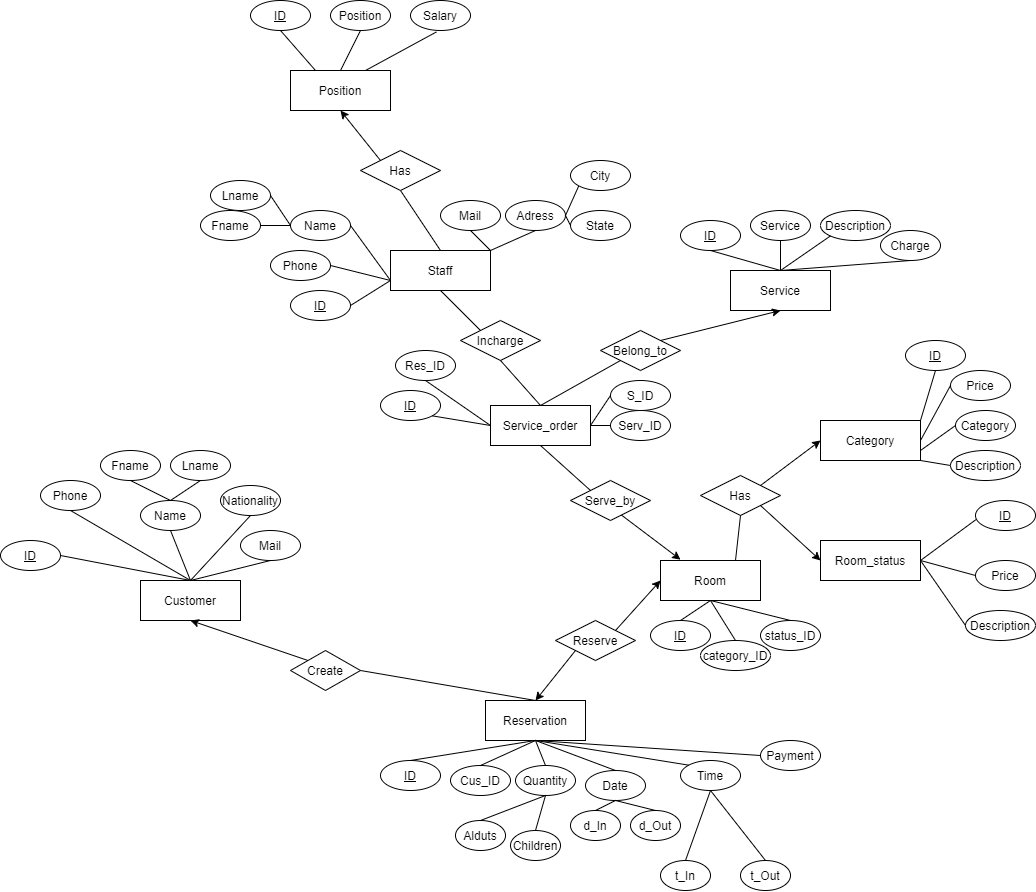
Earlier version of the draw.io export Hotel_management_system_ER_model_png.png (minhhuy11022000/Hotel-Management-System). Source tidied: cells renumbered, new cells last; positions are measured from the earlier drawing's top-left corner, leaving out a move shared by most shapes.
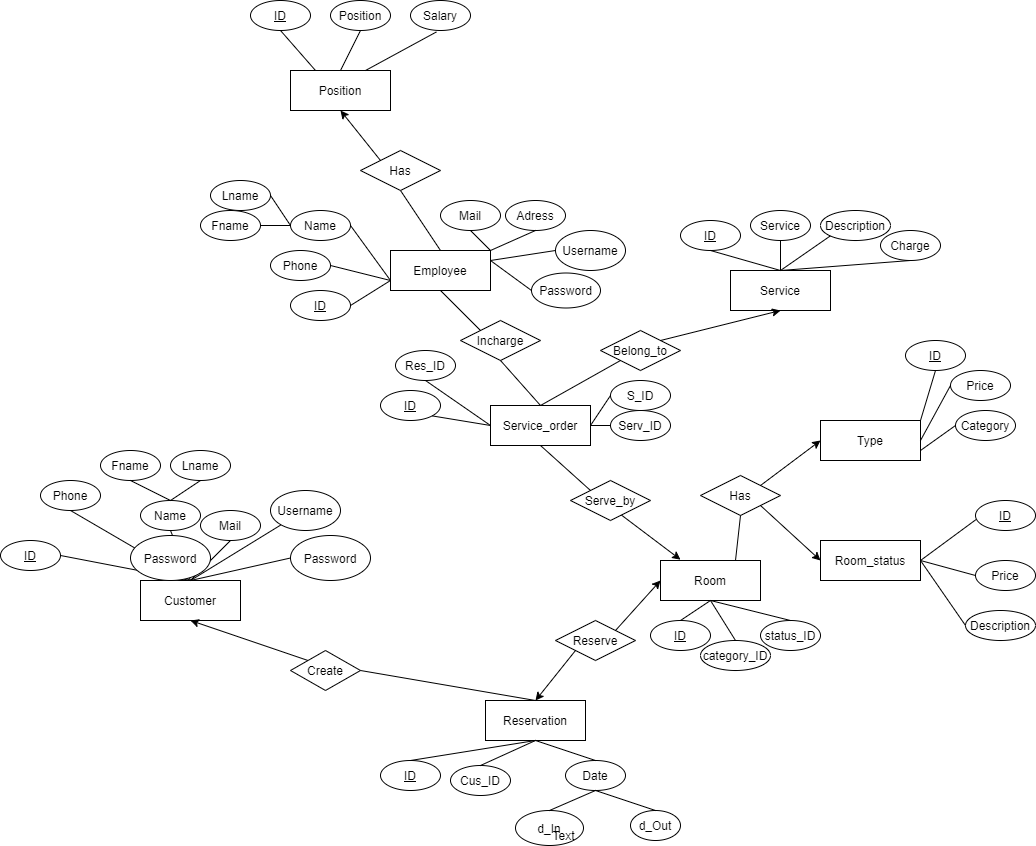
Above is the later version.

Commit message:
edit format and fix erd diagram

Diff of the diagram source:
```diff
@@ -17,33 +17,18 @@
     <mxCell id="6" value="Cus_ID" style="ellipse;whiteSpace=wrap;html=1;" parent="1" vertex="1">
       <mxGeometry x="450" y="765" width="60" height="30" as="geometry" />
     </mxCell>
-    <mxCell id="7" value="Quantity" style="ellipse;whiteSpace=wrap;html=1;" parent="1" vertex="1">
-      <mxGeometry x="515" y="765" width="60" height="30" as="geometry" />
-    </mxCell>
     <mxCell id="8" value="Reservation" style="rounded=0;whiteSpace=wrap;html=1;" parent="1" vertex="1">
       <mxGeometry x="485" y="700" width="100" height="40" as="geometry" />
     </mxCell>
-    <mxCell id="9" value="Alduts" style="ellipse;whiteSpace=wrap;html=1;" parent="1" vertex="1">
-      <mxGeometry x="455" y="820" width="50" height="30" as="geometry" />
-    </mxCell>
-    <mxCell id="10" value="Children" style="ellipse;whiteSpace=wrap;html=1;" parent="1" vertex="1">
-      <mxGeometry x="510" y="830" width="50" height="30" as="geometry" />
-    </mxCell>
-    <mxCell id="11" style="endArrow=none;html=1;exitX=0.5;exitY=0;exitDx=0;exitDy=0;entryX=0.5;entryY=1;entryDx=0;entryDy=0;" parent="1" edge="1" source="9" target="7">
-      <mxGeometry relative="1" as="geometry" />
-    </mxCell>
-    <mxCell id="12" style="endArrow=none;html=1;entryX=0.5;entryY=1;entryDx=0;entryDy=0;exitX=0.5;exitY=0;exitDx=0;exitDy=0;" parent="1" edge="1" source="10" target="7">
-      <mxGeometry relative="1" as="geometry" />
-    </mxCell>
     <mxCell id="13" value="Date" style="ellipse;whiteSpace=wrap;html=1;" parent="1" vertex="1">
-      <mxGeometry x="585" y="770" width="60" height="30" as="geometry" />
+      <mxGeometry x="565" y="760" width="60" height="30" as="geometry" />
     </mxCell>
-    <mxCell id="14" value="Time" style="ellipse;whiteSpace=wrap;html=1;" parent="1" vertex="1">
-      <mxGeometry x="680" y="760" width="60" height="30" as="geometry" />
-    </mxCell>
     <mxCell id="15" value="d_In" style="ellipse;whiteSpace=wrap;html=1;" parent="1" vertex="1">
-      <mxGeometry x="570" y="810" width="50" height="30" as="geometry" />
+      <mxGeometry x="515" y="810" width="68" height="35" as="geometry" />
     </mxCell>
+    <mxCell id="131" value="Text" style="text;html=1;align=center;verticalAlign=middle;" parent="15" vertex="1">
+      <mxGeometry x="28" y="15" width="40" height="20" as="geometry" />
+    </mxCell>
     <mxCell id="16" value="d_Out" style="ellipse;whiteSpace=wrap;html=1;" parent="1" vertex="1">
       <mxGeometry x="630" y="810" width="50" height="30" as="geometry" />
     </mxCell>
@@ -53,18 +38,6 @@
     <mxCell id="18" style="endArrow=none;html=1;entryX=0.5;entryY=1;entryDx=0;entryDy=0;exitX=0.5;exitY=0;exitDx=0;exitDy=0;" parent="1" edge="1" source="16" target="13">
       <mxGeometry relative="1" as="geometry" />
     </mxCell>
-    <mxCell id="19" style="endArrow=none;html=1;entryX=0.5;entryY=1;entryDx=0;entryDy=0;exitX=0.5;exitY=0;exitDx=0;exitDy=0;" parent="1" edge="1" source="20" target="14">
-      <mxGeometry relative="1" as="geometry" />
-    </mxCell>
-    <mxCell id="20" value="t_In" style="ellipse;whiteSpace=wrap;html=1;" parent="1" vertex="1">
-      <mxGeometry x="660" y="860" width="50" height="30" as="geometry" />
-    </mxCell>
-    <mxCell id="21" value="t_Out" style="ellipse;whiteSpace=wrap;html=1;" parent="1" vertex="1">
-      <mxGeometry x="740" y="860" width="50" height="30" as="geometry" />
-    </mxCell>
-    <mxCell id="22" style="endArrow=none;html=1;entryX=0.5;entryY=1;entryDx=0;entryDy=0;exitX=0.5;exitY=0;exitDx=0;exitDy=0;" parent="1" edge="1" source="21" target="14">
-      <mxGeometry relative="1" as="geometry" />
-    </mxCell>
     <mxCell id="23" style="endArrow=none;html=1;entryX=0.5;entryY=1;entryDx=0;entryDy=0;exitX=0.5;exitY=0;exitDx=0;exitDy=0;" parent="1" edge="1" source="5" target="8">
       <mxGeometry relative="1" as="geometry" />
     </mxCell>
@@ -74,12 +47,6 @@
     <mxCell id="25" style="endArrow=none;html=1;entryX=0.5;entryY=1;entryDx=0;entryDy=0;exitX=0.5;exitY=0;exitDx=0;exitDy=0;" parent="1" edge="1" source="13" target="8">
       <mxGeometry relative="1" as="geometry" />
     </mxCell>
-    <mxCell id="26" style="endArrow=none;html=1;entryX=0.5;entryY=1;entryDx=0;entryDy=0;exitX=0.5;exitY=0;exitDx=0;exitDy=0;" parent="1" edge="1" source="7" target="8">
-      <mxGeometry relative="1" as="geometry" />
-    </mxCell>
-    <mxCell id="27" style="endArrow=none;html=1;entryX=0.5;entryY=1;entryDx=0;entryDy=0;exitX=0;exitY=0;exitDx=0;exitDy=0;" parent="1" edge="1" source="14" target="8">
-      <mxGeometry relative="1" as="geometry" />
-    </mxCell>
     <mxCell id="28" value="Name" style="ellipse;whiteSpace=wrap;html=1;" parent="1" vertex="1">
       <mxGeometry x="140" y="500" width="60" height="30" as="geometry" />
     </mxCell>
@@ -89,9 +56,6 @@
     <mxCell id="30" value="Fname" style="ellipse;whiteSpace=wrap;html=1;" parent="1" vertex="1">
       <mxGeometry x="100" y="450" width="60" height="30" as="geometry" />
     </mxCell>
-    <mxCell id="31" value="Nationality" style="ellipse;whiteSpace=wrap;html=1;" parent="1" vertex="1">
-      <mxGeometry x="220" y="485" width="60" height="30" as="geometry" />
-    </mxCell>
     <mxCell id="32" value="Lname" style="ellipse;whiteSpace=wrap;html=1;" parent="1" vertex="1">
       <mxGeometry x="170" y="450" width="60" height="30" as="geometry" />
     </mxCell>
@@ -99,7 +63,7 @@
       <mxGeometry x="40" y="480" width="60" height="30" as="geometry" />
     </mxCell>
     <mxCell id="34" value="Mail" style="ellipse;whiteSpace=wrap;html=1;" parent="1" vertex="1">
-      <mxGeometry x="240" y="530" width="60" height="30" as="geometry" />
+      <mxGeometry x="200" y="510" width="60" height="30" as="geometry" />
     </mxCell>
     <mxCell id="35" style="endArrow=none;html=1;exitX=1;exitY=0.5;exitDx=0;exitDy=0;entryX=0.5;entryY=0;entryDx=0;entryDy=0;" parent="1" edge="1" source="29" target="2">
       <mxGeometry relative="1" as="geometry" />
@@ -110,9 +74,6 @@
     <mxCell id="37" style="endArrow=none;html=1;exitX=0.5;exitY=0;exitDx=0;exitDy=0;entryX=0.5;entryY=1;entryDx=0;entryDy=0;" parent="1" edge="1" source="2" target="28">
       <mxGeometry relative="1" as="geometry" />
     </mxCell>
-    <mxCell id="38" style="endArrow=none;html=1;exitX=0.5;exitY=0;exitDx=0;exitDy=0;entryX=0.5;entryY=1;entryDx=0;entryDy=0;" parent="1" edge="1" source="2" target="31">
-      <mxGeometry relative="1" as="geometry" />
-    </mxCell>
     <mxCell id="39" style="endArrow=none;html=1;exitX=0.5;exitY=0;exitDx=0;exitDy=0;entryX=0.5;entryY=1;entryDx=0;entryDy=0;" parent="1" edge="1" source="2" target="34">
       <mxGeometry relative="1" as="geometry" />
     </mxCell>
@@ -149,7 +110,7 @@
     <mxCell id="50" style="endArrow=none;html=1;entryX=0.5;entryY=1;entryDx=0;entryDy=0;exitX=0.75;exitY=0;exitDx=0;exitDy=0;" parent="1" edge="1" source="43" target="48">
       <mxGeometry relative="1" as="geometry" />
     </mxCell>
-    <mxCell id="51" value="Category" style="rounded=0;whiteSpace=wrap;html=1;" parent="1" vertex="1">
+    <mxCell id="51" value="Type" style="rounded=0;whiteSpace=wrap;html=1;" parent="1" vertex="1">
       <mxGeometry x="820" y="420" width="100" height="40" as="geometry" />
     </mxCell>
     <mxCell id="52" value="&lt;u&gt;ID&lt;/u&gt;" style="ellipse;whiteSpace=wrap;html=1;" parent="1" vertex="1">
@@ -161,9 +122,6 @@
     <mxCell id="54" value="Price" style="ellipse;whiteSpace=wrap;html=1;" parent="1" vertex="1">
       <mxGeometry x="950" y="370" width="60" height="30" as="geometry" />
     </mxCell>
-    <mxCell id="55" value="Description" style="ellipse;whiteSpace=wrap;html=1;" parent="1" vertex="1">
-      <mxGeometry x="950" y="450" width="70" height="30" as="geometry" />
-    </mxCell>
     <mxCell id="56" style="endArrow=classic;html=1;exitX=1;exitY=1;exitDx=0;exitDy=0;entryX=0;entryY=0.5;entryDx=0;entryDy=0;" parent="1" edge="1" source="48" target="57">
       <mxGeometry relative="1" as="geometry" />
     </mxCell>
@@ -197,9 +155,6 @@
     <mxCell id="66" style="endArrow=none;html=1;exitX=1;exitY=0.75;exitDx=0;exitDy=0;entryX=0;entryY=0.5;entryDx=0;entryDy=0;" parent="1" edge="1" source="51" target="53">
       <mxGeometry relative="1" as="geometry" />
     </mxCell>
-    <mxCell id="67" style="endArrow=none;html=1;exitX=1;exitY=1;exitDx=0;exitDy=0;entryX=0;entryY=0.5;entryDx=0;entryDy=0;" parent="1" edge="1" source="51" target="55">
-      <mxGeometry relative="1" as="geometry" />
-    </mxCell>
     <mxCell id="68" value="Serve_by" style="rhombus;whiteSpace=wrap;html=1;" parent="1" vertex="1">
       <mxGeometry x="570" y="480" width="80" height="40" as="geometry" />
     </mxCell>
@@ -265,12 +220,6 @@
     <mxCell id="88" style="endArrow=none;html=1;exitX=0.5;exitY=0;exitDx=0;exitDy=0;entryX=0.5;entryY=1;entryDx=0;entryDy=0;" parent="1" edge="1" source="77" target="83">
       <mxGeometry relative="1" as="geometry" />
     </mxCell>
-    <mxCell id="89" style="endArrow=none;html=1;entryX=0.5;entryY=1;entryDx=0;entryDy=0;exitX=0;exitY=0.5;exitDx=0;exitDy=0;" parent="1" edge="1" source="90" target="8">
-      <mxGeometry relative="1" as="geometry" />
-    </mxCell>
-    <mxCell id="90" value="Payment" style="ellipse;whiteSpace=wrap;html=1;" parent="1" vertex="1">
-      <mxGeometry x="760" y="740" width="60" height="30" as="geometry" />
-    </mxCell>
     <mxCell id="91" value="&lt;u&gt;ID&lt;/u&gt;" style="ellipse;whiteSpace=wrap;html=1;" parent="1" vertex="1">
       <mxGeometry x="650" y="620" width="60" height="30" as="geometry" />
     </mxCell>
@@ -295,7 +244,7 @@
     <mxCell id="98" value="S_ID" style="ellipse;whiteSpace=wrap;html=1;" parent="1" vertex="1">
       <mxGeometry x="610" y="380" width="60" height="30" as="geometry" />
     </mxCell>
-    <mxCell id="99" value="Staff" style="rounded=0;whiteSpace=wrap;html=1;" parent="1" vertex="1">
+    <mxCell id="99" value="Employee" style="rounded=0;whiteSpace=wrap;html=1;" parent="1" vertex="1">
       <mxGeometry x="390" y="250" width="100" height="40" as="geometry" />
     </mxCell>
     <mxCell id="100" value="Incharge" style="rhombus;whiteSpace=wrap;html=1;" parent="1" vertex="1">
@@ -340,12 +289,6 @@
     <mxCell id="113" value="Adress" style="ellipse;whiteSpace=wrap;html=1;" parent="1" vertex="1">
       <mxGeometry x="505" y="200" width="60" height="30" as="geometry" />
     </mxCell>
-    <mxCell id="114" value="City" style="ellipse;whiteSpace=wrap;html=1;" parent="1" vertex="1">
-      <mxGeometry x="570" y="160" width="60" height="30" as="geometry" />
-    </mxCell>
-    <mxCell id="115" value="State" style="ellipse;whiteSpace=wrap;html=1;" parent="1" vertex="1">
-      <mxGeometry x="570" y="210" width="60" height="30" as="geometry" />
-    </mxCell>
     <mxCell id="116" style="endArrow=none;html=1;entryX=0;entryY=0.75;entryDx=0;entryDy=0;exitX=1;exitY=0.5;exitDx=0;exitDy=0;" parent="1" edge="1" source="107" target="99">
       <mxGeometry relative="1" as="geometry" />
     </mxCell>
@@ -369,12 +312,6 @@
         <mxPoint x="490" y="250" as="sourcePoint" />
       </mxGeometry>
     </mxCell>
-    <mxCell id="123" style="endArrow=none;html=1;entryX=0;entryY=1;entryDx=0;entryDy=0;exitX=1;exitY=0.5;exitDx=0;exitDy=0;" parent="1" edge="1" source="113" target="114">
-      <mxGeometry relative="1" as="geometry" />
-    </mxCell>
-    <mxCell id="124" style="endArrow=none;html=1;entryX=1;entryY=0.5;entryDx=0;entryDy=0;exitX=0;exitY=0.5;exitDx=0;exitDy=0;" parent="1" edge="1" source="115" target="113">
-      <mxGeometry relative="1" as="geometry" />
-    </mxCell>
     <mxCell id="125" style="endArrow=none;html=1;entryX=0.25;entryY=0;entryDx=0;entryDy=0;exitX=0.5;exitY=1;exitDx=0;exitDy=0;" parent="1" edge="1" source="128" target="106">
       <mxGeometry relative="1" as="geometry" />
     </mxCell>
@@ -393,5 +330,32 @@
     <mxCell id="130" value="Salary" style="ellipse;whiteSpace=wrap;html=1;" parent="1" vertex="1">
       <mxGeometry x="410" width="60" height="30" as="geometry" />
     </mxCell>
+    <mxCell id="132" style="endArrow=none;html=1;exitX=0.5;exitY=0;exitDx=0;exitDy=0;entryX=0;entryY=1;entryDx=0;entryDy=0;" parent="1" edge="1" source="2" target="133">
+      <mxGeometry relative="1" as="geometry" />
+    </mxCell>
+    <mxCell id="133" value="Username" style="ellipse;whiteSpace=wrap;html=1;" parent="1" vertex="1">
+      <mxGeometry x="270" y="490" width="70" height="40" as="geometry" />
+    </mxCell>
+    <mxCell id="134" style="endArrow=none;html=1;exitX=0.5;exitY=0;exitDx=0;exitDy=0;entryX=0;entryY=0.5;entryDx=0;entryDy=0;" parent="1" edge="1" source="2" target="135">
+      <mxGeometry relative="1" as="geometry" />
+    </mxCell>
+    <mxCell id="135" value="Password" style="ellipse;whiteSpace=wrap;html=1;" parent="1" vertex="1">
+      <mxGeometry x="290" y="535" width="80" height="45" as="geometry" />
+    </mxCell>
+    <mxCell id="136" value="Password" style="ellipse;whiteSpace=wrap;html=1;" parent="1" vertex="1">
+      <mxGeometry x="130" y="535" width="80" height="45" as="geometry" />
+    </mxCell>
+    <mxCell id="137" style="endArrow=none;html=1;exitX=1;exitY=0.25;exitDx=0;exitDy=0;entryX=0;entryY=0.5;entryDx=0;entryDy=0;" parent="1" edge="1" source="99" target="138">
+      <mxGeometry relative="1" as="geometry" />
+    </mxCell>
+    <mxCell id="138" value="Username" style="ellipse;whiteSpace=wrap;html=1;" parent="1" vertex="1">
+      <mxGeometry x="555" y="230" width="70" height="40" as="geometry" />
+    </mxCell>
+    <mxCell id="139" style="endArrow=none;html=1;exitX=1;exitY=0.25;exitDx=0;exitDy=0;entryX=0;entryY=0.5;entryDx=0;entryDy=0;" parent="1" edge="1" source="99" target="140">
+      <mxGeometry relative="1" as="geometry" />
+    </mxCell>
+    <mxCell id="140" value="Password" style="ellipse;whiteSpace=wrap;html=1;" parent="1" vertex="1">
+      <mxGeometry x="531" y="272.5" width="69" height="35" as="geometry" />
+    </mxCell>
   </root>
 </mxGraphModel>
```
